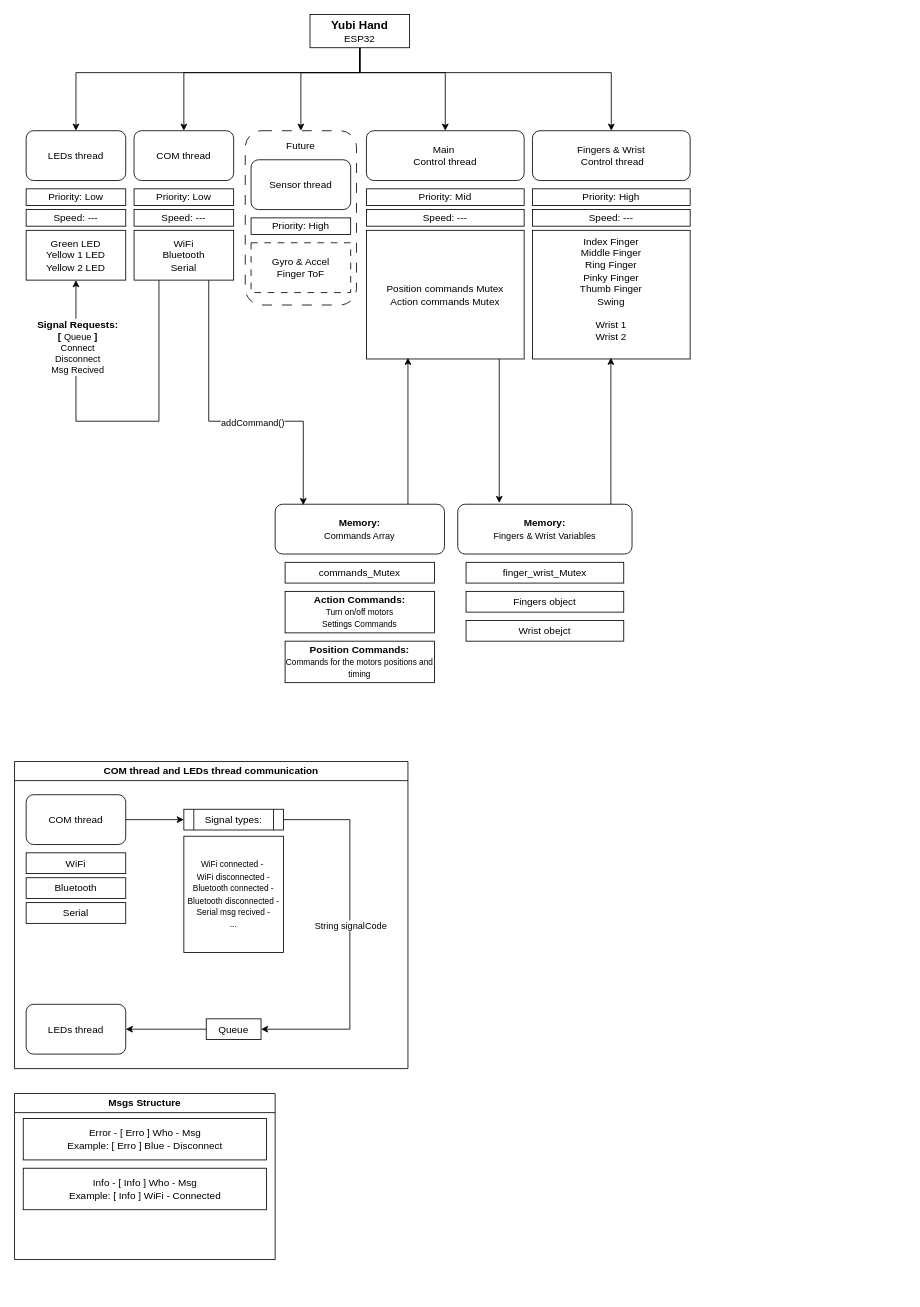
This is RTOS_Design.drawio from BranislavKapusta/Yubi_Hand, a draw.io file, before an edit. Source tidied: cells renumbered, new cells numbered last; positions are measured from the earlier drawing's top-left corner, leaving out a move shared by most shapes. Both pictures are drawn from the tidied source at 83%, with x=0, y=0 at pixel (14, 14).
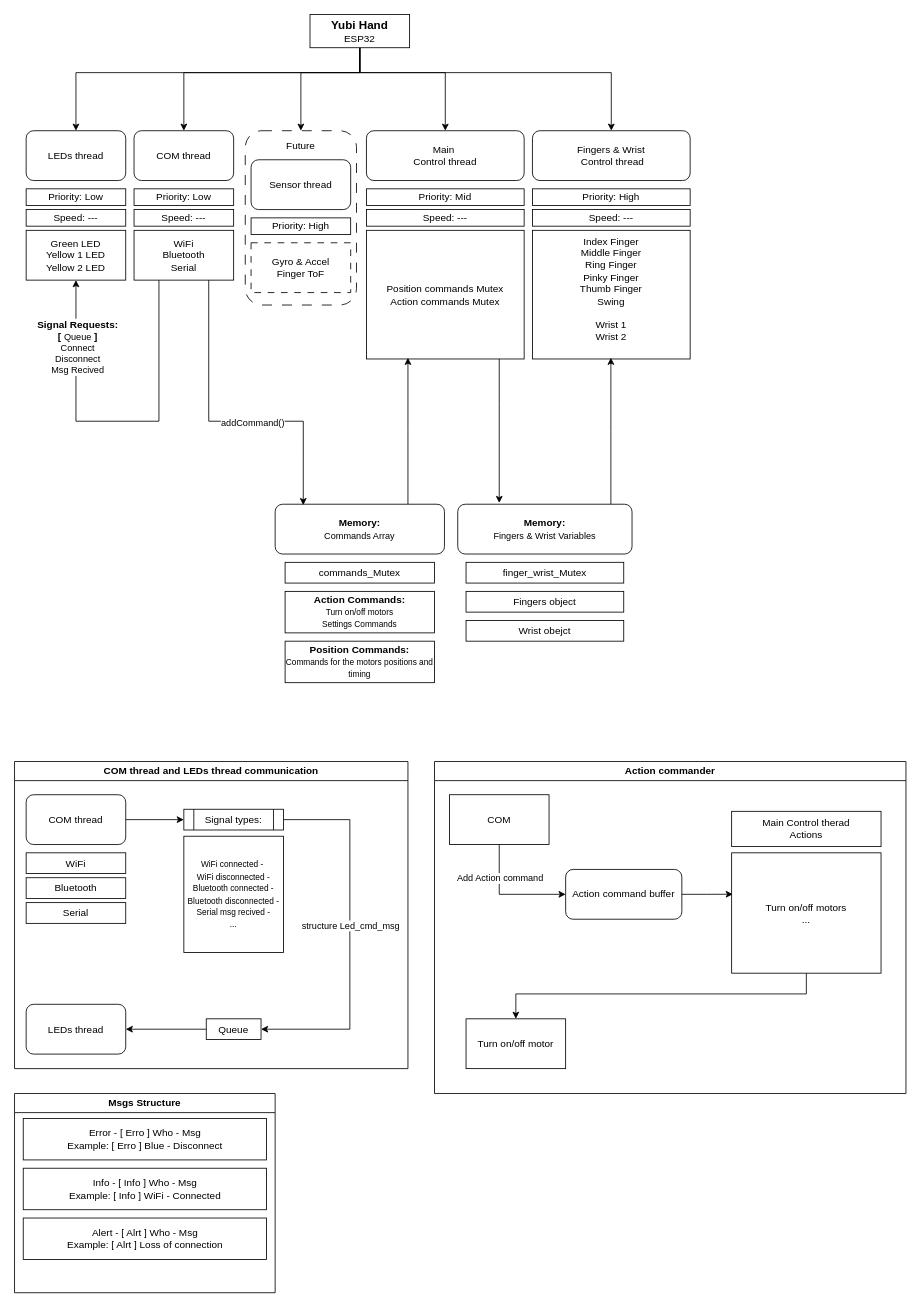
After the change.

Unchanged cells that the change refers to:
```xml
<mxCell id="50" style="edgeStyle=orthogonalEdgeStyle;rounded=0;jettySize=auto;html=1;entryX=1;entryY=0.5;entryDx=0;entryDy=0;defaultLabelBackgroundColor=page;" parent="41" edge="1" source="52" target="49">
  <mxGeometry relative="1" as="geometry">
    <Array as="points">
      <mxPoint x="404" y="70" />
      <mxPoint x="404" y="322.5" />
    </Array>
  </mxGeometry>
</mxCell>
```

The edit, as a diff of the source:
```diff
@@
-    <mxCell id="51" value="String signalCode" style="edgeLabel;html=1;align=center;verticalAlign=middle;inheritText=1;defaultLabelBackgroundColor=page;" parent="50" vertex="1">
+    <mxCell id="51" value="structure Led_cmd_msg" style="edgeLabel;html=1;align=center;verticalAlign=middle;inheritText=1;defaultLabelBackgroundColor=page;" parent="50" vertex="1">
       <mxGeometry x="-0.06" relative="1" as="geometry" />
     </mxCell>
@@
     <mxCell id="54" value="Msgs Structure" style="swimlane;whiteSpace=wrap;html=1;" parent="1" vertex="1">
-      <mxGeometry y="1300" width="314" height="200" as="geometry" />
+      <mxGeometry y="1300" width="314" height="240" as="geometry" />
     </mxCell>
@@
+    <mxCell id="59" value="Alert - [ Alrt ] Who - Msg&lt;div&gt;Example: [ Alrt ] Loss of connection&lt;/div&gt;" style="whiteSpace=wrap;html=1;fillColor=light-dark(#FFFFFF,#990000);" parent="54" vertex="1">
+      <mxGeometry x="10.5" y="150" width="293" height="50" as="geometry" />
+    </mxCell>
@@
+    <mxCell id="60" value="Action commander" style="swimlane;whiteSpace=wrap;html=1;startSize=23;" parent="1" vertex="1">
+      <mxGeometry x="506" y="900" width="568" height="400" as="geometry" />
+    </mxCell>
+    <mxCell id="61" style="edgeStyle=orthogonalEdgeStyle;rounded=0;jettySize=auto;html=1;defaultLabelBackgroundColor=page;" parent="60" edge="1" source="63" target="67">
+      <mxGeometry relative="1" as="geometry">
+        <Array as="points">
+          <mxPoint x="78" y="160" />
+        </Array>
+      </mxGeometry>
+    </mxCell>
+    <mxCell id="62" value="Add Action command" style="edgeLabel;html=1;align=center;verticalAlign=middle;inheritText=1;defaultLabelBackgroundColor=page;" parent="61" vertex="1">
+      <mxGeometry x="0.08" y="1" relative="1" as="geometry">
+        <mxPoint x="-16" y="-19" as="offset" />
+      </mxGeometry>
+    </mxCell>
+    <mxCell id="63" value="COM" style="whiteSpace=wrap;html=1;" parent="60" vertex="1">
+      <mxGeometry x="18" y="40" width="120" height="60" as="geometry" />
+    </mxCell>
+    <mxCell id="64" value="Main Control therad&lt;div&gt;Actions&lt;/div&gt;" style="whiteSpace=wrap;html=1;" parent="60" vertex="1">
+      <mxGeometry x="358" y="60" width="180" height="42.5" as="geometry" />
+    </mxCell>
+    <mxCell id="65" style="edgeStyle=orthogonalEdgeStyle;rounded=0;jettySize=auto;html=1;entryX=0.5;entryY=0;entryDx=0;entryDy=0;defaultLabelBackgroundColor=page;" parent="60" edge="1" source="66" target="69">
+      <mxGeometry relative="1" as="geometry">
+        <Array as="points">
+          <mxPoint x="448" y="280" />
+          <mxPoint x="98" y="280" />
+        </Array>
+      </mxGeometry>
+    </mxCell>
+    <mxCell id="66" value="Turn on/off motors&lt;div&gt;...&lt;/div&gt;" style="whiteSpace=wrap;html=1;" parent="60" vertex="1">
+      <mxGeometry x="358" y="110" width="180" height="145" as="geometry" />
+    </mxCell>
+    <mxCell id="67" value="Action command buffer" style="rounded=1;whiteSpace=wrap;html=1;" parent="60" vertex="1">
+      <mxGeometry x="158" y="130" width="140" height="60" as="geometry" />
+    </mxCell>
+    <mxCell id="68" style="edgeStyle=orthogonalEdgeStyle;rounded=0;jettySize=auto;html=1;entryX=0.008;entryY=0.344;entryDx=0;entryDy=0;entryPerimeter=0;defaultLabelBackgroundColor=page;" parent="60" edge="1" source="67" target="66">
+      <mxGeometry relative="1" as="geometry" />
+    </mxCell>
+    <mxCell id="69" value="Turn on/off motor" style="whiteSpace=wrap;html=1;" parent="60" vertex="1">
+      <mxGeometry x="38" y="310" width="120" height="60" as="geometry" />
+    </mxCell>
```
